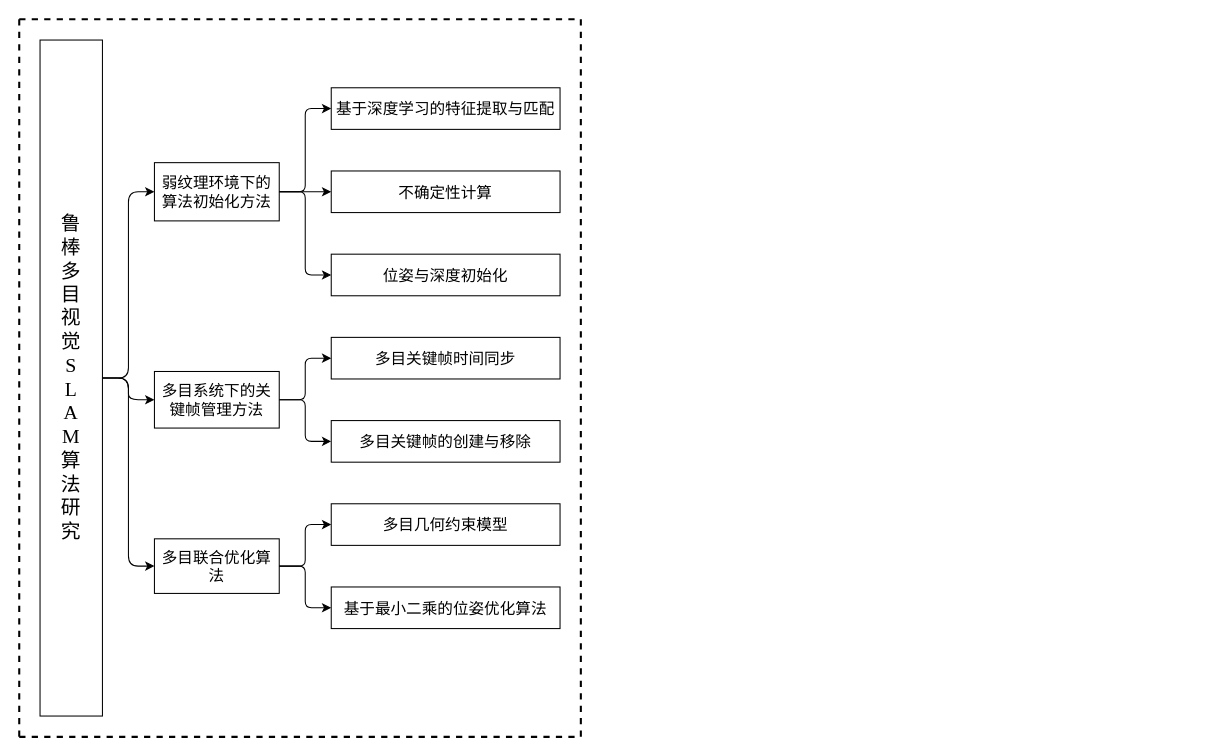
Before: page "第 1 页" (1 of 6) of 开题报告.drawio in 77Torpedo77/study, a draw.io diagram. Source tidied: cells renumbered, new cells numbered last; positions are measured from the earlier drawing's top-left corner, leaving out a move shared by most shapes. Both pictures are drawn from the tidied source at 104%, with x=0, y=0 at pixel (19, 19).
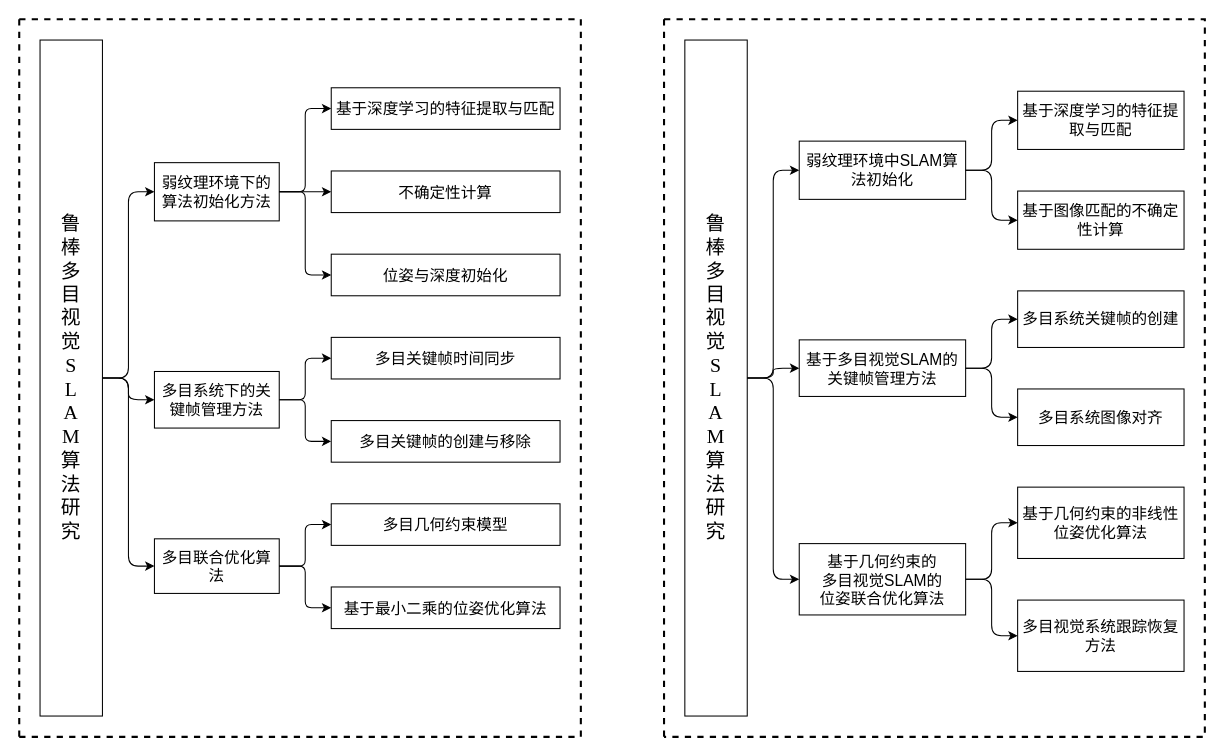
Above is the later version.

What changed in the source:
```diff
@@
+    <mxCell id="24" style="swimlane;startSize=0;horizontal=0;horizontalTree=1;sortEdges=1;containerType=tree;fontSize=12;flipH=0;flipV=0;fontFamily=Times New Roman;align=center;dashed=1;strokeWidth=2;perimeterSpacing=0;strokeColor=default;" parent="1" vertex="1">
+      <mxGeometry x="620" width="520" height="690" as="geometry" />
+    </mxCell>
+    <mxCell id="25" value="&lt;span style=&quot;font-family: &amp;quot;Times New Roman&amp;quot;; text-wrap-mode: nowrap;&quot;&gt;&lt;font style=&quot;font-size: 19px;&quot;&gt;鲁&lt;/font&gt;&lt;/span&gt;&lt;div style=&quot;font-family: &amp;quot;Times New Roman&amp;quot;; text-wrap-mode: nowrap;&quot;&gt;&lt;font style=&quot;font-size: 19px;&quot;&gt;棒&lt;/font&gt;&lt;/div&gt;&lt;div style=&quot;font-family: &amp;quot;Times New Roman&amp;quot;; text-wrap-mode: nowrap;&quot;&gt;&lt;font style=&quot;font-size: 19px;&quot;&gt;多&lt;/font&gt;&lt;/div&gt;&lt;div style=&quot;font-family: &amp;quot;Times New Roman&amp;quot;; text-wrap-mode: nowrap;&quot;&gt;&lt;font style=&quot;font-size: 19px;&quot;&gt;目&lt;/font&gt;&lt;/div&gt;&lt;div style=&quot;font-family: &amp;quot;Times New Roman&amp;quot;; text-wrap-mode: nowrap;&quot;&gt;&lt;font style=&quot;font-size: 19px;&quot;&gt;视&lt;/font&gt;&lt;/div&gt;&lt;div style=&quot;font-family: &amp;quot;Times New Roman&amp;quot;; text-wrap-mode: nowrap;&quot;&gt;&lt;font style=&quot;font-size: 19px;&quot;&gt;觉&lt;/font&gt;&lt;/div&gt;&lt;div style=&quot;font-family: &amp;quot;Times New Roman&amp;quot;; text-wrap-mode: nowrap;&quot;&gt;&lt;font style=&quot;font-size: 19px;&quot;&gt;S&lt;/font&gt;&lt;/div&gt;&lt;div style=&quot;font-family: &amp;quot;Times New Roman&amp;quot;; text-wrap-mode: nowrap;&quot;&gt;&lt;font style=&quot;font-size: 19px;&quot;&gt;L&lt;/font&gt;&lt;/div&gt;&lt;div style=&quot;font-family: &amp;quot;Times New Roman&amp;quot;; text-wrap-mode: nowrap;&quot;&gt;&lt;font style=&quot;font-size: 19px;&quot;&gt;A&lt;/font&gt;&lt;/div&gt;&lt;div style=&quot;font-family: &amp;quot;Times New Roman&amp;quot;; text-wrap-mode: nowrap;&quot;&gt;&lt;font style=&quot;font-size: 19px;&quot;&gt;M&lt;/font&gt;&lt;/div&gt;&lt;div style=&quot;font-family: &amp;quot;Times New Roman&amp;quot;; text-wrap-mode: nowrap;&quot;&gt;&lt;font style=&quot;font-size: 19px;&quot;&gt;算&lt;/font&gt;&lt;/div&gt;&lt;div style=&quot;font-family: &amp;quot;Times New Roman&amp;quot;; text-wrap-mode: nowrap;&quot;&gt;&lt;font style=&quot;font-size: 19px;&quot;&gt;法&lt;/font&gt;&lt;/div&gt;&lt;div style=&quot;font-family: &amp;quot;Times New Roman&amp;quot;; text-wrap-mode: nowrap;&quot;&gt;&lt;font style=&quot;font-size: 19px;&quot;&gt;研&lt;/font&gt;&lt;/div&gt;&lt;div style=&quot;font-family: &amp;quot;Times New Roman&amp;quot;; text-wrap-mode: nowrap;&quot;&gt;&lt;font style=&quot;font-size: 19px;&quot;&gt;究&lt;/font&gt;&lt;/div&gt;" style="whiteSpace=wrap;html=1;" parent="24" vertex="1">
+      <mxGeometry x="20" y="20" width="60" height="650" as="geometry" />
+    </mxCell>
+    <mxCell id="26" value="弱纹理环境中SLAM算法初始化" style="whiteSpace=wrap;html=1;fontSize=15;arcSize=12;" parent="24" vertex="1">
+      <mxGeometry x="130" y="117.2" width="160" height="56" as="geometry" />
+    </mxCell>
+    <mxCell id="27" style="edgeStyle=elbowEdgeStyle;elbow=horizontal;html=1;rounded=1;curved=0;sourcePerimeterSpacing=0;targetPerimeterSpacing=0;startSize=6;endSize=6;" parent="24" edge="1" source="25" target="26">
+      <mxGeometry relative="1" as="geometry" />
+    </mxCell>
+    <mxCell id="28" value="基于多目视觉SLAM的关键帧管理方法" style="whiteSpace=wrap;html=1;fontSize=15;arcSize=12;" parent="24" vertex="1">
+      <mxGeometry x="130" y="308.3" width="160" height="54.4" as="geometry" />
+    </mxCell>
+    <mxCell id="29" style="edgeStyle=elbowEdgeStyle;elbow=horizontal;html=1;rounded=1;curved=0;sourcePerimeterSpacing=0;targetPerimeterSpacing=0;startSize=6;endSize=6;" parent="24" edge="1" source="25" target="28">
+      <mxGeometry relative="1" as="geometry" />
+    </mxCell>
+    <mxCell id="30" style="edgeStyle=elbowEdgeStyle;elbow=horizontal;html=1;rounded=1;curved=0;sourcePerimeterSpacing=0;targetPerimeterSpacing=0;startSize=6;endSize=6;" parent="24" edge="1" source="25" target="31">
+      <mxGeometry relative="1" as="geometry" />
+    </mxCell>
+    <mxCell id="31" value="基于几何约束的&lt;div&gt;多目视觉SLAM的&lt;/div&gt;&lt;div&gt;位姿联合优化算法&lt;/div&gt;" style="whiteSpace=wrap;html=1;fontSize=15;arcSize=12;" parent="24" vertex="1">
+      <mxGeometry x="130" y="504.2" width="160" height="68.6" as="geometry" />
+    </mxCell>
+    <mxCell id="32" style="edgeStyle=elbowEdgeStyle;elbow=horizontal;html=1;rounded=1;curved=0;sourcePerimeterSpacing=0;targetPerimeterSpacing=0;startSize=6;endSize=6;" parent="24" edge="1" source="26" target="33">
+      <mxGeometry relative="1" as="geometry" />
+    </mxCell>
+    <mxCell id="33" value="基于深度学习的特征提取与匹配" style="whiteSpace=wrap;html=1;fontSize=15;arcSize=12;" parent="24" vertex="1">
+      <mxGeometry x="340" y="69.2" width="160" height="56" as="geometry" />
+    </mxCell>
+    <mxCell id="34" style="edgeStyle=elbowEdgeStyle;elbow=horizontal;html=1;rounded=1;curved=0;sourcePerimeterSpacing=0;targetPerimeterSpacing=0;startSize=6;endSize=6;" parent="24" edge="1" source="26" target="35">
+      <mxGeometry relative="1" as="geometry" />
+    </mxCell>
+    <mxCell id="35" value="基于图像匹配的不确定性计算" style="whiteSpace=wrap;html=1;fontSize=15;arcSize=12;" parent="24" vertex="1">
+      <mxGeometry x="340" y="165.2" width="160" height="56" as="geometry" />
+    </mxCell>
+    <mxCell id="36" style="edgeStyle=elbowEdgeStyle;elbow=horizontal;html=1;rounded=1;curved=0;sourcePerimeterSpacing=0;targetPerimeterSpacing=0;startSize=6;endSize=6;" parent="24" edge="1" source="28" target="37">
+      <mxGeometry relative="1" as="geometry" />
+    </mxCell>
+    <mxCell id="37" value="多目系统关键帧的创建" style="whiteSpace=wrap;html=1;fontSize=15;arcSize=12;" parent="24" vertex="1">
+      <mxGeometry x="340" y="261.2" width="160" height="54.4" as="geometry" />
+    </mxCell>
+    <mxCell id="38" style="edgeStyle=elbowEdgeStyle;elbow=horizontal;html=1;rounded=1;curved=0;sourcePerimeterSpacing=0;targetPerimeterSpacing=0;startSize=6;endSize=6;" parent="24" edge="1" source="28" target="39">
+      <mxGeometry relative="1" as="geometry" />
+    </mxCell>
+    <mxCell id="39" value="多目系统图像对齐" style="whiteSpace=wrap;html=1;fontSize=15;arcSize=12;" parent="24" vertex="1">
+      <mxGeometry x="340" y="355.5" width="160" height="54.4" as="geometry" />
+    </mxCell>
+    <mxCell id="40" style="edgeStyle=elbowEdgeStyle;elbow=horizontal;html=1;rounded=1;curved=0;sourcePerimeterSpacing=0;targetPerimeterSpacing=0;startSize=6;endSize=6;" parent="24" edge="1" source="31" target="41">
+      <mxGeometry relative="1" as="geometry" />
+    </mxCell>
+    <mxCell id="41" value="基于几何约束的非线性位姿优化算法" style="whiteSpace=wrap;html=1;fontSize=15;arcSize=12;" parent="24" vertex="1">
+      <mxGeometry x="340" y="449.9" width="160" height="68.6" as="geometry" />
+    </mxCell>
+    <mxCell id="42" style="edgeStyle=elbowEdgeStyle;elbow=horizontal;html=1;rounded=1;curved=0;sourcePerimeterSpacing=0;targetPerimeterSpacing=0;startSize=6;endSize=6;" parent="24" edge="1" source="31" target="43">
+      <mxGeometry relative="1" as="geometry" />
+    </mxCell>
+    <mxCell id="43" value="多目视觉系统跟踪恢复方法" style="whiteSpace=wrap;html=1;fontSize=15;arcSize=12;" parent="24" vertex="1">
+      <mxGeometry x="340" y="558.5" width="160" height="68.6" as="geometry" />
+    </mxCell>
```
